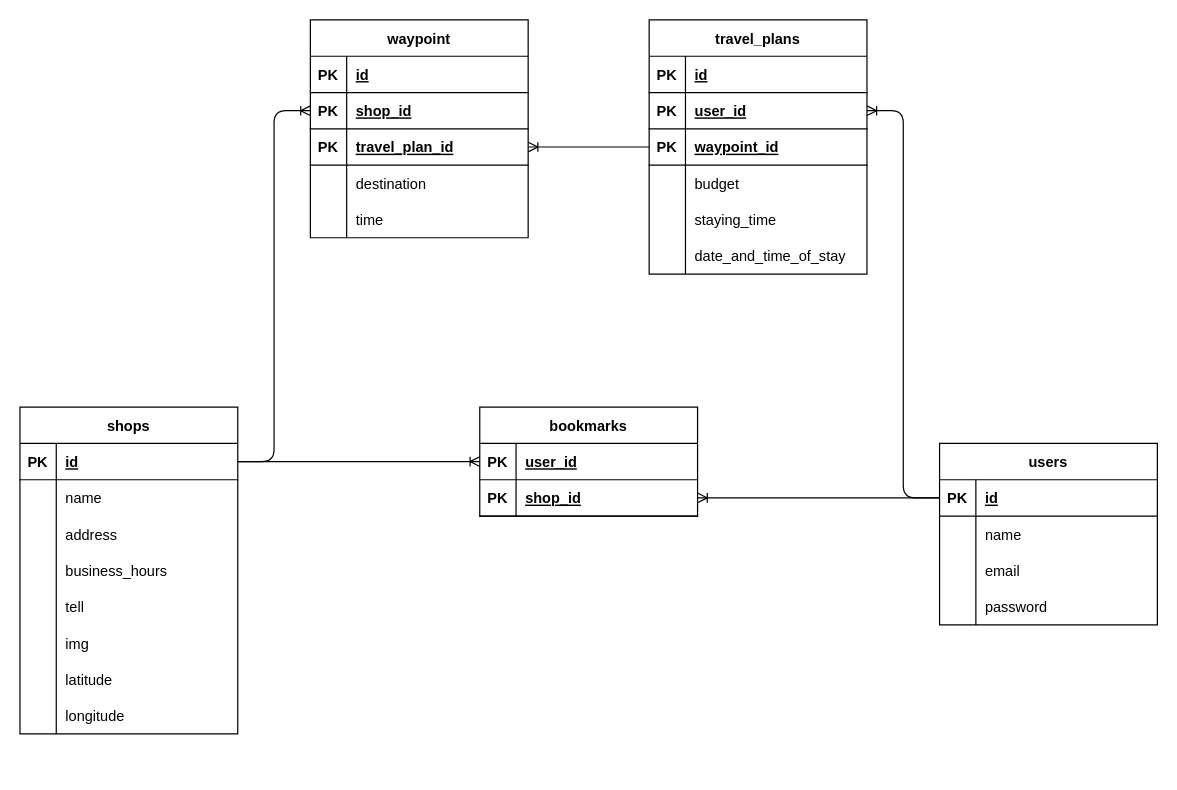
Earlier version of the draw.io diagram cafe.drawio (vantan-production/25AutumnTechJam). Source tidied: cells renumbered, new cells numbered last; positions are measured from the earlier drawing's top-left corner, leaving out a move shared by most shapes. Both pictures are drawn from the tidied source at 121%, with x=0, y=0 at pixel (19, 19).
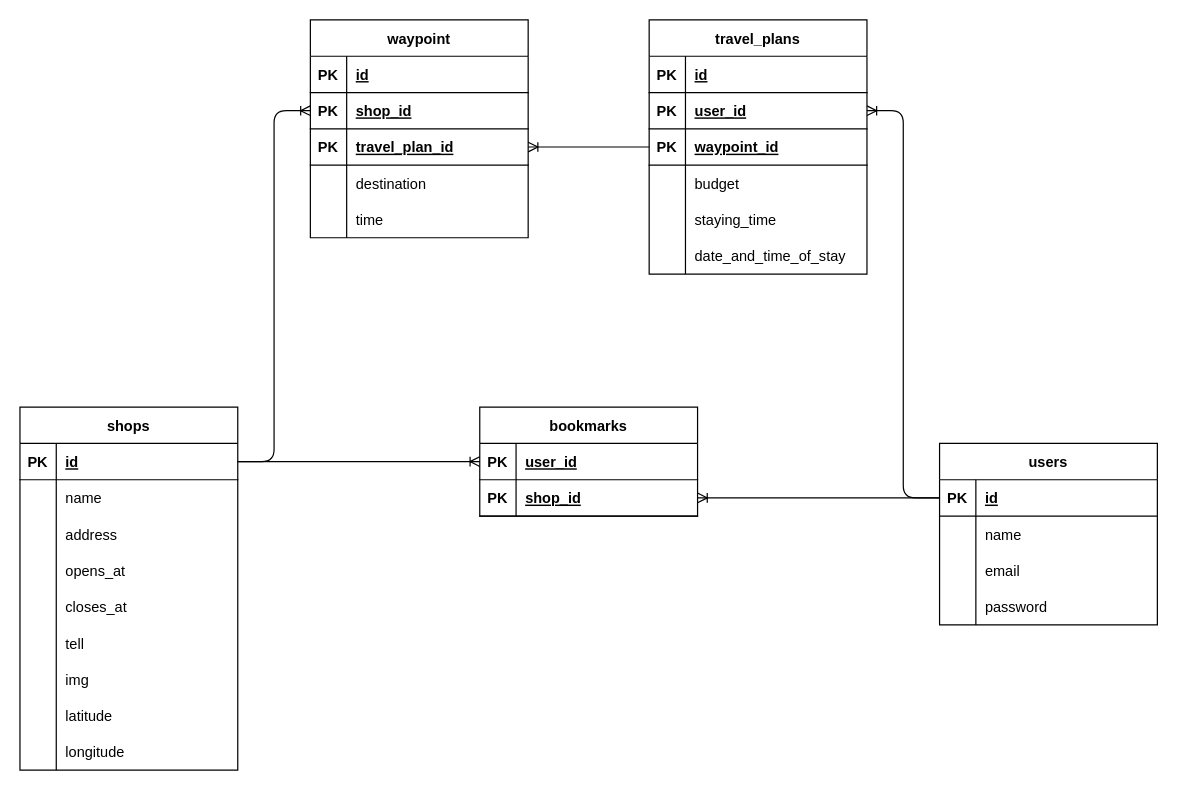
The same diagram, later.

Commit message:
営業開始から営業時間、閉店時間に変更

Unchanged cells that the change refers to:
```xml
<mxCell id="35" style="shape=tableRow;horizontal=0;startSize=0;swimlaneHead=0;swimlaneBody=0;fillColor=none;top=0;left=0;right=0;bottom=0;" parent="25" vertex="1">
  <mxGeometry y="120" width="180" height="30" as="geometry" />
</mxCell>
```

Change to the diagram source:
```diff
@@
     <mxCell id="25" value="shops" style="shape=table;startSize=30;childLayout=tableLayout;rowLines=0;fontStyle=1;align=center;" parent="1" vertex="1">
-      <mxGeometry y="320" width="180" height="270" as="geometry" />
+      <mxGeometry y="320" width="180" height="300" as="geometry" />
     </mxCell>
@@
-    <mxCell id="37" value="business_hours" style="shape=partialRectangle;fillColor=none;top=0;left=0;bottom=0;right=0;align=left;spacingLeft=6;overflow=hidden;" parent="35" vertex="1">
+    <mxCell id="37" value="opens_at" style="shape=partialRectangle;fillColor=none;top=0;left=0;bottom=0;right=0;align=left;spacingLeft=6;overflow=hidden;" parent="35" vertex="1">
       <mxGeometry x="30" width="150" height="30" as="geometry" />
     </mxCell>
+    <mxCell id="88" style="shape=tableRow;horizontal=0;startSize=0;swimlaneHead=0;swimlaneBody=0;fillColor=none;top=0;left=0;right=0;bottom=0;" parent="25" vertex="1">
+      <mxGeometry y="150" width="180" height="30" as="geometry" />
+    </mxCell>
+    <mxCell id="89" style="shape=partialRectangle;fillColor=none;top=0;left=0;bottom=0;right=0;overflow=hidden;" parent="88" vertex="1">
+      <mxGeometry width="30" height="30" as="geometry" />
+    </mxCell>
+    <mxCell id="90" value="closes_at" style="shape=partialRectangle;fillColor=none;top=0;left=0;bottom=0;right=0;align=left;spacingLeft=6;overflow=hidden;" parent="88" vertex="1">
+      <mxGeometry x="30" width="150" height="30" as="geometry" />
+    </mxCell>
     <mxCell id="38" style="shape=tableRow;horizontal=0;startSize=0;swimlaneHead=0;swimlaneBody=0;fillColor=none;top=0;left=0;right=0;bottom=0;" parent="25" vertex="1">
-      <mxGeometry y="150" width="180" height="30" as="geometry" />
+      <mxGeometry y="180" width="180" height="30" as="geometry" />
     </mxCell>
@@
     <mxCell id="41" style="shape=tableRow;horizontal=0;startSize=0;swimlaneHead=0;swimlaneBody=0;fillColor=none;top=0;left=0;right=0;bottom=0;" parent="25" vertex="1">
-      <mxGeometry y="180" width="180" height="30" as="geometry" />
+      <mxGeometry y="210" width="180" height="30" as="geometry" />
     </mxCell>
@@
     <mxCell id="44" style="shape=tableRow;horizontal=0;startSize=0;swimlaneHead=0;swimlaneBody=0;fillColor=none;top=0;left=0;right=0;bottom=0;" parent="25" vertex="1">
-      <mxGeometry y="210" width="180" height="30" as="geometry" />
+      <mxGeometry y="240" width="180" height="30" as="geometry" />
     </mxCell>
@@
     <mxCell id="47" style="shape=tableRow;horizontal=0;startSize=0;swimlaneHead=0;swimlaneBody=0;fillColor=none;top=0;left=0;right=0;bottom=0;" parent="25" vertex="1">
-      <mxGeometry y="240" width="180" height="30" as="geometry" />
+      <mxGeometry y="270" width="180" height="30" as="geometry" />
     </mxCell>
```
